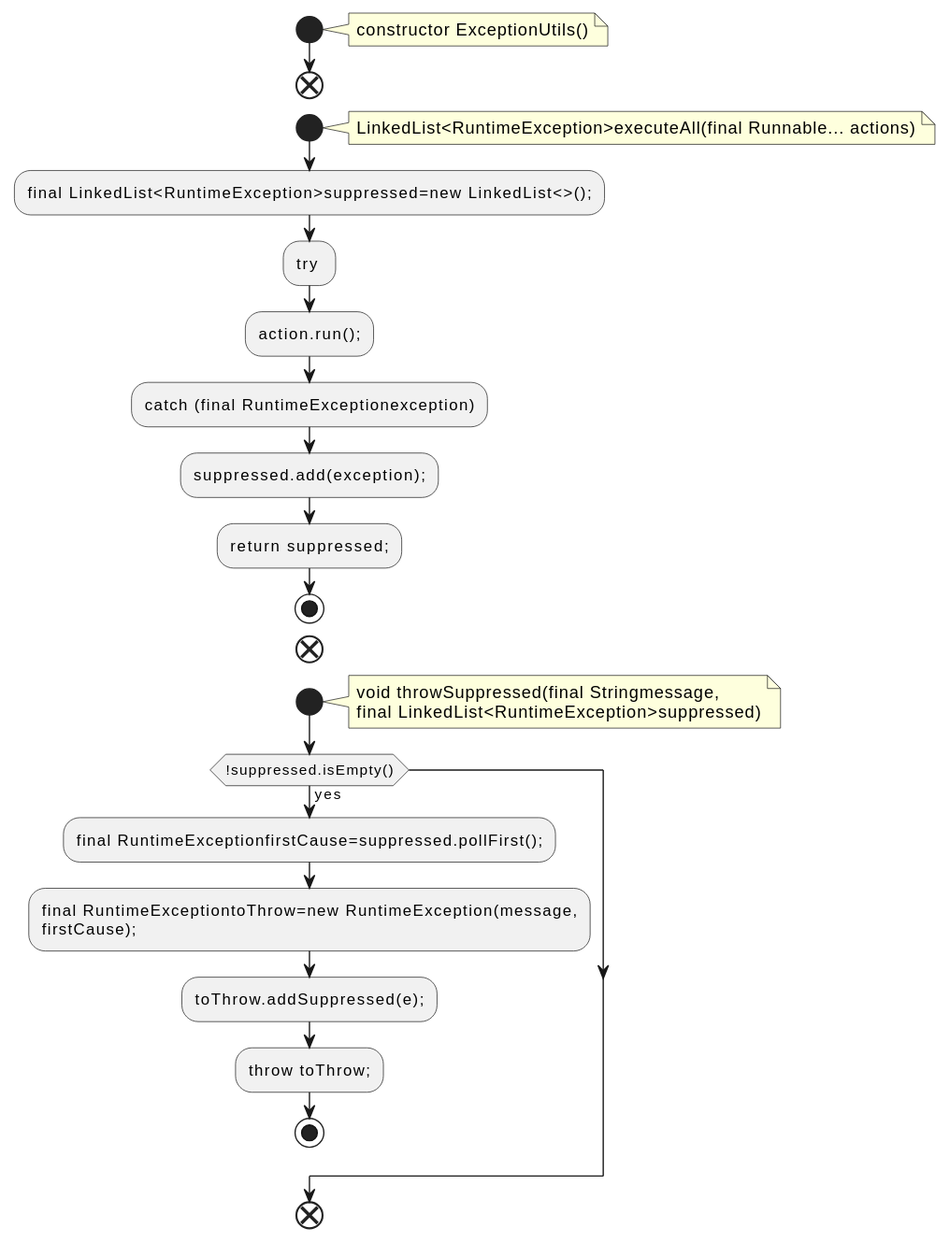
Before: docs/qc/streams/src/main/java/org/apache/kafka/streams/state/internals/ExceptionUtils.java.fct.svg, a diagram exported from PlantUML (qualitesys/kafka).
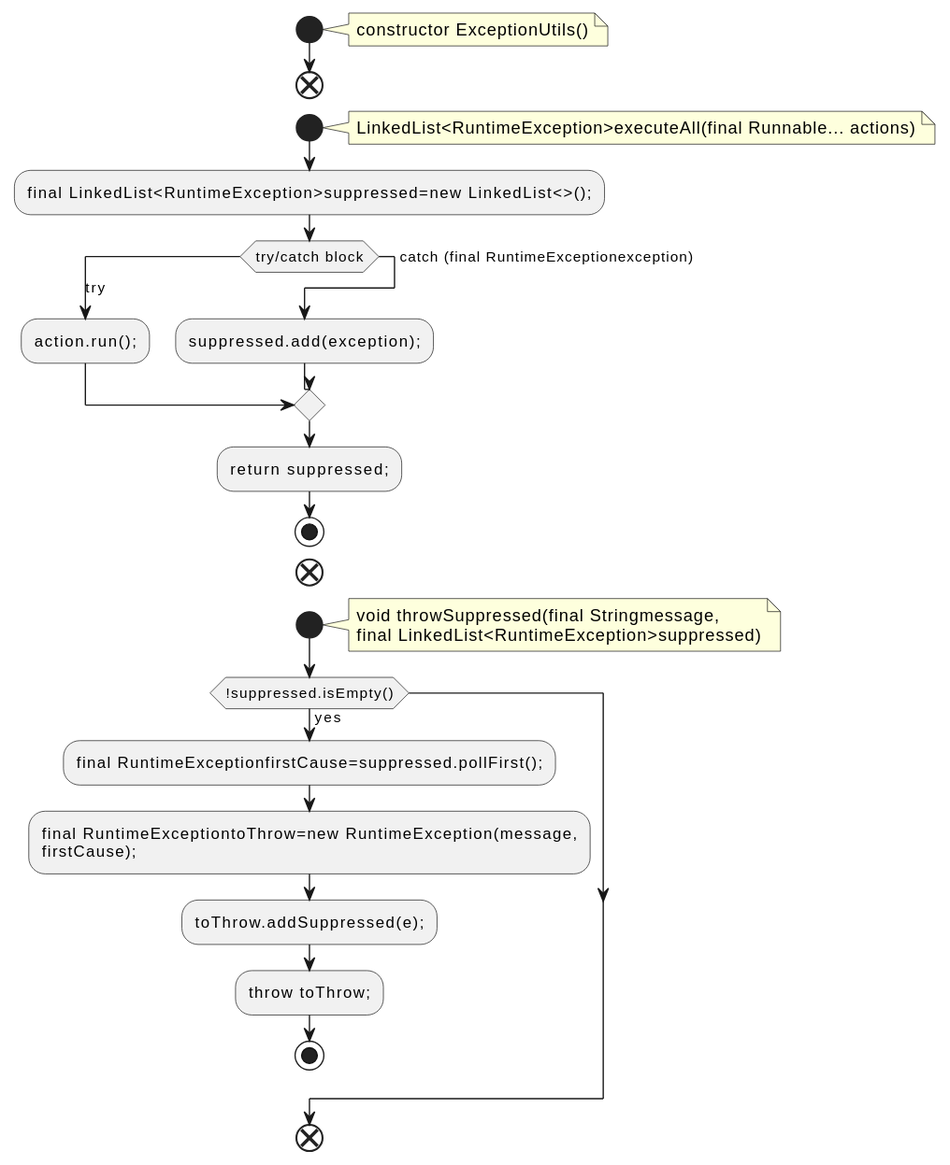
After the commit.

Change to the diagram source:
```diff
@@ -10,10 +10,12 @@
 LinkedList<RuntimeException>executeAll(final Runnable... actions)
 end note
 :final LinkedList<RuntimeException>suppressed=new LinkedList<>();;
-:try ;
+switch (try/catch block)
+case (try)
 :action.run();;
-:catch (final RuntimeExceptionexception);
+case (catch (final RuntimeExceptionexception))
 :suppressed.add(exception);;
+endswitch
 :return suppressed;;
 stop
 end
```
